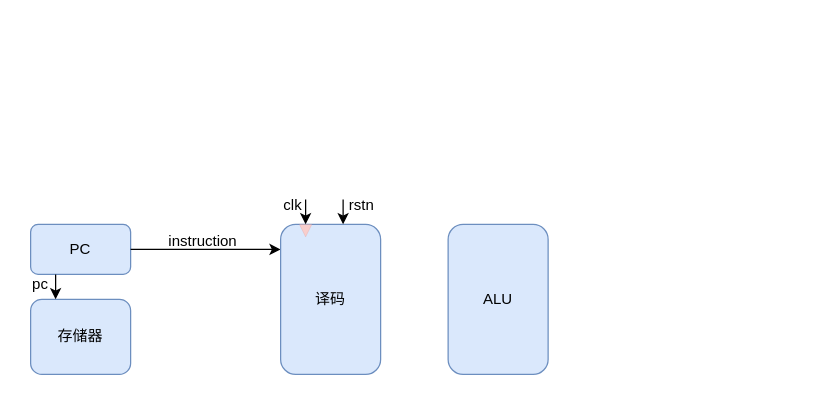
youmiwei/drawio keeps this draw.io diagram as riscv.drawio. Above is the earlier version. Source tidied: cells renumbered, new cells numbered last; positions are measured from the earlier drawing's top-left corner, leaving out a move shared by most shapes. Both pictures are drawn from the tidied source at 125%, with x=0, y=0 at pixel (21, 199).
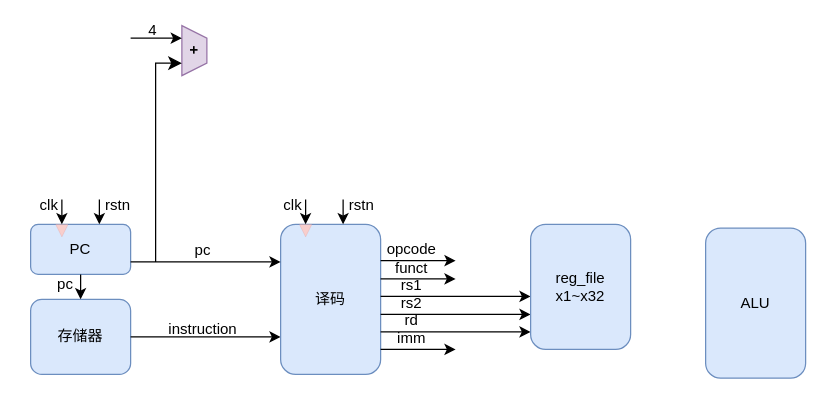
After the change.

Unchanged cells that the change refers to:
```xml
<mxCell id="3" value="PC" style="rounded=1;whiteSpace=wrap;html=1;fillColor=#dae8fc;strokeColor=#6c8ebf;" parent="1" vertex="1">
  <mxGeometry x="7" y="20" width="80" height="40" as="geometry" />
</mxCell>
<mxCell id="4" value="存储器" style="rounded=1;whiteSpace=wrap;html=1;fillColor=#dae8fc;strokeColor=#6c8ebf;" parent="1" vertex="1">
  <mxGeometry x="7" y="80" width="80" height="60" as="geometry" />
</mxCell>
<mxCell id="8" value="译码" style="rounded=1;whiteSpace=wrap;html=1;fillColor=#dae8fc;strokeColor=#6c8ebf;" parent="1" vertex="1">
  <mxGeometry x="207" y="20" width="80" height="120" as="geometry" />
</mxCell>
```

Diff of the diagram source:
```diff
@@
     <mxCell id="2" value="ALU" style="rounded=1;whiteSpace=wrap;html=1;fillColor=#dae8fc;strokeColor=#6c8ebf;" parent="1" vertex="1">
-      <mxGeometry x="341" y="20" width="80" height="120" as="geometry" />
+      <mxGeometry x="547" y="23" width="80" height="120" as="geometry" />
     </mxCell>
@@
-    <mxCell id="5" style="endArrow=classic;html=1;rounded=0;exitX=0.25;exitY=1;exitDx=0;exitDy=0;entryX=0.25;entryY=0;entryDx=0;entryDy=0;" parent="1" edge="1" source="3" target="4">
-      <mxGeometry relative="1" as="geometry" />
+    <mxCell id="5" style="endArrow=classic;html=1;rounded=0;exitX=0.25;exitY=1;exitDx=0;exitDy=0;entryX=0.25;entryY=0;entryDx=0;entryDy=0;" parent="1" edge="1">
+      <mxGeometry relative="1" as="geometry">
+        <mxPoint x="47" y="60" as="sourcePoint" />
+        <mxPoint x="47" y="80" as="targetPoint" />
+      </mxGeometry>
     </mxCell>
     <mxCell id="6" value="pc" style="text;html=1;align=center;verticalAlign=middle;whiteSpace=wrap;rounded=0;" parent="1" vertex="1">
-      <mxGeometry y="63" width="30" height="10" as="geometry" />
+      <mxGeometry x="20" y="63" width="30" height="10" as="geometry" />
     </mxCell>
-    <mxCell id="7" style="endArrow=classic;html=1;rounded=0;exitX=1;exitY=0.5;exitDx=0;exitDy=0;" parent="1" edge="1" source="3">
+    <mxCell id="7" style="endArrow=classic;html=1;rounded=0;exitX=1;exitY=0.5;exitDx=0;exitDy=0;" parent="1" edge="1">
       <mxGeometry relative="1" as="geometry">
-        <mxPoint x="207" y="40" as="targetPoint" />
+        <mxPoint x="87" y="110" as="sourcePoint" />
+        <mxPoint x="207" y="110" as="targetPoint" />
       </mxGeometry>
     </mxCell>
@@
     <mxCell id="14" value="instruction" style="text;html=1;align=center;verticalAlign=middle;whiteSpace=wrap;rounded=0;" parent="1" vertex="1">
-      <mxGeometry x="115" y="29" width="60" height="10" as="geometry" />
+      <mxGeometry x="115" y="99" width="60" height="10" as="geometry" />
     </mxCell>
+    <mxCell id="15" style="endArrow=classic;html=1;rounded=0;exitX=1;exitY=0.75;exitDx=0;exitDy=0;entryX=0;entryY=0.25;entryDx=0;entryDy=0;" parent="1" edge="1" source="3" target="8">
+      <mxGeometry relative="1" as="geometry" />
+    </mxCell>
+    <mxCell id="16" value="pc" style="text;html=1;align=center;verticalAlign=middle;whiteSpace=wrap;rounded=0;" parent="1" vertex="1">
+      <mxGeometry x="130" y="36" width="30" height="10" as="geometry" />
+    </mxCell>
+    <mxCell id="17" style="triangle;whiteSpace=wrap;html=1;rotation=90;fillColor=#f8cecc;strokeColor=#b85450;strokeWidth=0;" parent="1" vertex="1">
+      <mxGeometry x="27" y="20" width="10" height="10" as="geometry" />
+    </mxCell>
+    <mxCell id="18" style="endArrow=classic;html=1;rounded=0;entryX=0;entryY=0.5;entryDx=0;entryDy=0;" parent="1" edge="1" target="17">
+      <mxGeometry relative="1" as="geometry">
+        <mxPoint x="32" as="sourcePoint" />
+      </mxGeometry>
+    </mxCell>
+    <mxCell id="19" value="clk" style="text;html=1;align=center;verticalAlign=middle;whiteSpace=wrap;rounded=0;" parent="1" vertex="1">
+      <mxGeometry x="7" width="30" height="10" as="geometry" />
+    </mxCell>
+    <mxCell id="20" style="endArrow=classic;html=1;rounded=0;entryX=0;entryY=0.5;entryDx=0;entryDy=0;" parent="1" edge="1">
+      <mxGeometry relative="1" as="geometry">
+        <mxPoint x="62" as="sourcePoint" />
+        <mxPoint x="62" y="20" as="targetPoint" />
+      </mxGeometry>
+    </mxCell>
+    <mxCell id="21" value="rstn" style="text;html=1;align=center;verticalAlign=middle;whiteSpace=wrap;rounded=0;" parent="1" vertex="1">
+      <mxGeometry x="62" width="30" height="10" as="geometry" />
+    </mxCell>
+    <mxCell id="22" value="&lt;div align=&quot;center&quot;&gt;&lt;div&gt;&lt;b&gt;+&lt;/b&gt;&lt;/div&gt;&lt;/div&gt;" style="shape=trapezoid;perimeter=trapezoidPerimeter;whiteSpace=wrap;html=1;fixedSize=1;size=10;rotation=90;fillColor=#e1d5e7;strokeColor=#9673a6;align=center;" parent="1" vertex="1">
+      <mxGeometry x="118" y="-129" width="40" height="20" as="geometry" />
+    </mxCell>
+    <mxCell id="23" style="edgeStyle=elbowEdgeStyle;elbow=horizontal;endArrow=classic;html=1;curved=0;rounded=0;endSize=8;startSize=8;entryX=0.75;entryY=1;entryDx=0;entryDy=0;" parent="1" edge="1" target="22">
+      <mxGeometry relative="1" as="geometry">
+        <mxPoint x="107" y="50" as="sourcePoint" />
+        <Array as="points">
+          <mxPoint x="107" y="10" />
+        </Array>
+      </mxGeometry>
+    </mxCell>
+    <mxCell id="24" style="endArrow=classic;html=1;rounded=0;entryX=0.25;entryY=1;entryDx=0;entryDy=0;" parent="1" edge="1" target="22">
+      <mxGeometry relative="1" as="geometry">
+        <mxPoint x="87" y="-129" as="sourcePoint" />
+      </mxGeometry>
+    </mxCell>
+    <mxCell id="25" value="4" style="text;html=1;align=center;verticalAlign=middle;whiteSpace=wrap;rounded=0;" parent="1" vertex="1">
+      <mxGeometry x="90" y="-140" width="30" height="10" as="geometry" />
+    </mxCell>
+    <mxCell id="26" style="endArrow=classic;html=1;rounded=0;exitX=1;exitY=0.75;exitDx=0;exitDy=0;" parent="1" edge="1">
+      <mxGeometry relative="1" as="geometry">
+        <mxPoint x="287" y="49" as="sourcePoint" />
+        <mxPoint x="347" y="49" as="targetPoint" />
+      </mxGeometry>
+    </mxCell>
+    <mxCell id="27" value="opcode" style="text;html=1;align=center;verticalAlign=middle;whiteSpace=wrap;rounded=0;" parent="1" vertex="1">
+      <mxGeometry x="297" y="35" width="30" height="10" as="geometry" />
+    </mxCell>
+    <mxCell id="28" style="endArrow=classic;html=1;rounded=0;exitX=1;exitY=0.75;exitDx=0;exitDy=0;" parent="1" edge="1">
+      <mxGeometry relative="1" as="geometry">
+        <mxPoint x="287" y="63.6" as="sourcePoint" />
+        <mxPoint x="347" y="63.6" as="targetPoint" />
+      </mxGeometry>
+    </mxCell>
+    <mxCell id="29" value="funct" style="text;html=1;align=center;verticalAlign=middle;whiteSpace=wrap;rounded=0;" parent="1" vertex="1">
+      <mxGeometry x="297" y="49.6" width="30" height="10" as="geometry" />
+    </mxCell>
+    <mxCell id="30" style="endArrow=classic;html=1;rounded=0;exitX=1;exitY=0.75;exitDx=0;exitDy=0;" parent="1" edge="1">
+      <mxGeometry relative="1" as="geometry">
+        <mxPoint x="287" y="77.6" as="sourcePoint" />
+        <mxPoint x="407" y="77.6" as="targetPoint" />
+      </mxGeometry>
+    </mxCell>
+    <mxCell id="31" value="rs1" style="text;html=1;align=center;verticalAlign=middle;whiteSpace=wrap;rounded=0;" parent="1" vertex="1">
+      <mxGeometry x="297" y="63.6" width="30" height="10" as="geometry" />
+    </mxCell>
+    <mxCell id="32" style="endArrow=classic;html=1;rounded=0;exitX=1;exitY=0.75;exitDx=0;exitDy=0;" parent="1" edge="1">
+      <mxGeometry relative="1" as="geometry">
+        <mxPoint x="287" y="92" as="sourcePoint" />
+        <mxPoint x="407" y="92" as="targetPoint" />
+      </mxGeometry>
+    </mxCell>
+    <mxCell id="33" value="rs2" style="text;html=1;align=center;verticalAlign=middle;whiteSpace=wrap;rounded=0;" parent="1" vertex="1">
+      <mxGeometry x="297" y="78" width="30" height="10" as="geometry" />
+    </mxCell>
+    <mxCell id="34" style="endArrow=classic;html=1;rounded=0;exitX=1;exitY=0.75;exitDx=0;exitDy=0;" parent="1" edge="1">
+      <mxGeometry relative="1" as="geometry">
+        <mxPoint x="287" y="106" as="sourcePoint" />
+        <mxPoint x="407" y="106" as="targetPoint" />
+      </mxGeometry>
+    </mxCell>
+    <mxCell id="35" value="rd" style="text;html=1;align=center;verticalAlign=middle;whiteSpace=wrap;rounded=0;" parent="1" vertex="1">
+      <mxGeometry x="297" y="92" width="30" height="10" as="geometry" />
+    </mxCell>
+    <mxCell id="36" style="endArrow=classic;html=1;rounded=0;exitX=1;exitY=0.75;exitDx=0;exitDy=0;" parent="1" edge="1">
+      <mxGeometry relative="1" as="geometry">
+        <mxPoint x="287" y="120" as="sourcePoint" />
+        <mxPoint x="347" y="120" as="targetPoint" />
+      </mxGeometry>
+    </mxCell>
+    <mxCell id="37" value="imm" style="text;html=1;align=center;verticalAlign=middle;whiteSpace=wrap;rounded=0;" parent="1" vertex="1">
+      <mxGeometry x="297" y="106" width="30" height="10" as="geometry" />
+    </mxCell>
+    <mxCell id="38" value="&lt;div&gt;reg_file&lt;/div&gt;x1~x32" style="rounded=1;whiteSpace=wrap;html=1;fillColor=#dae8fc;strokeColor=#6c8ebf;" parent="1" vertex="1">
+      <mxGeometry x="407" y="20" width="80" height="100" as="geometry" />
+    </mxCell>
```
